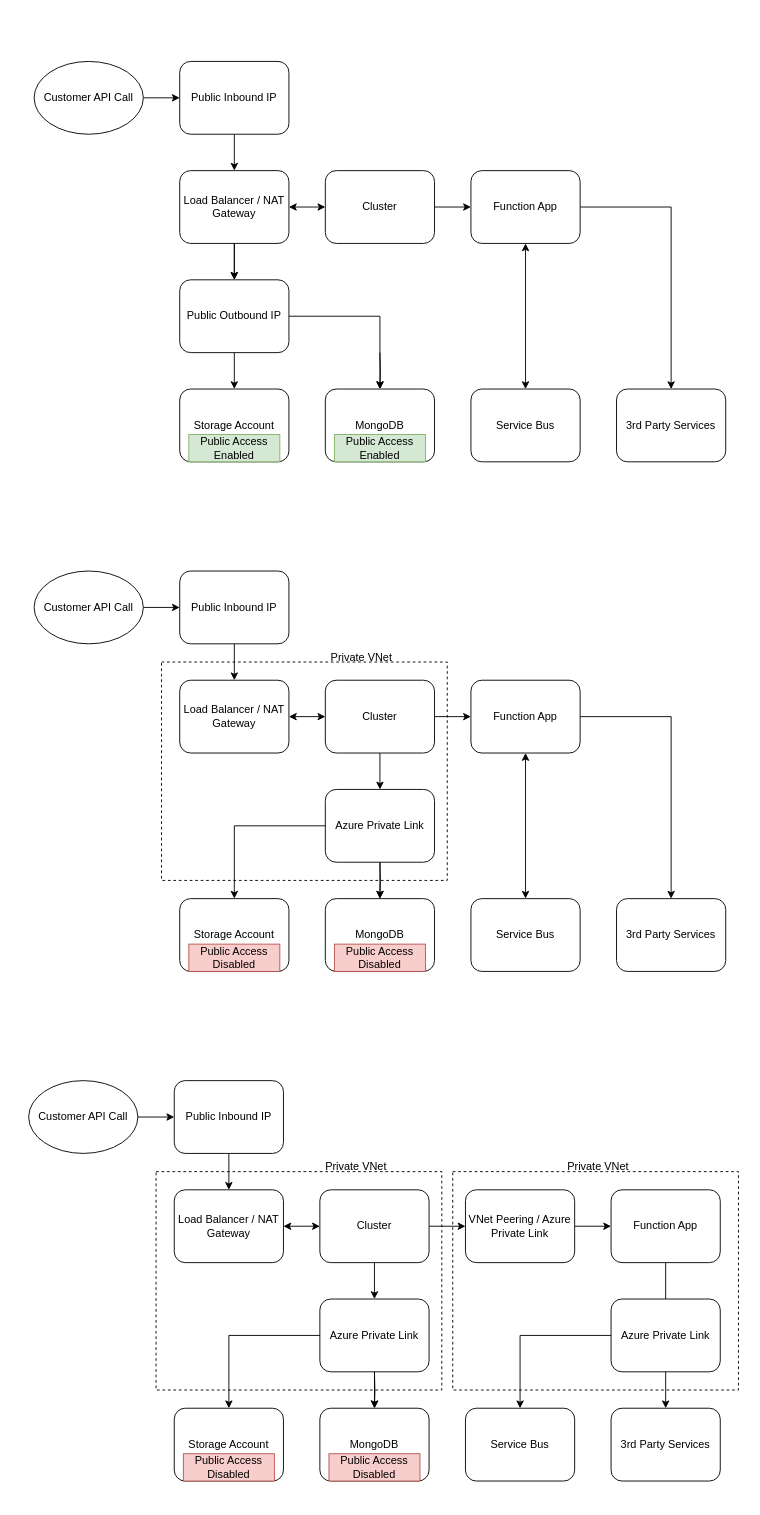
fredyeah/diagrams keeps this draw.io diagram as network-segmentation.drawio. Above is the earlier version. Source tidied: cells renumbered, new cells numbered last; positions are measured from the earlier drawing's top-left corner, leaving out a move shared by most shapes. Both pictures are drawn from the tidied source at 91%, with x=0, y=0 at pixel (28, 61).
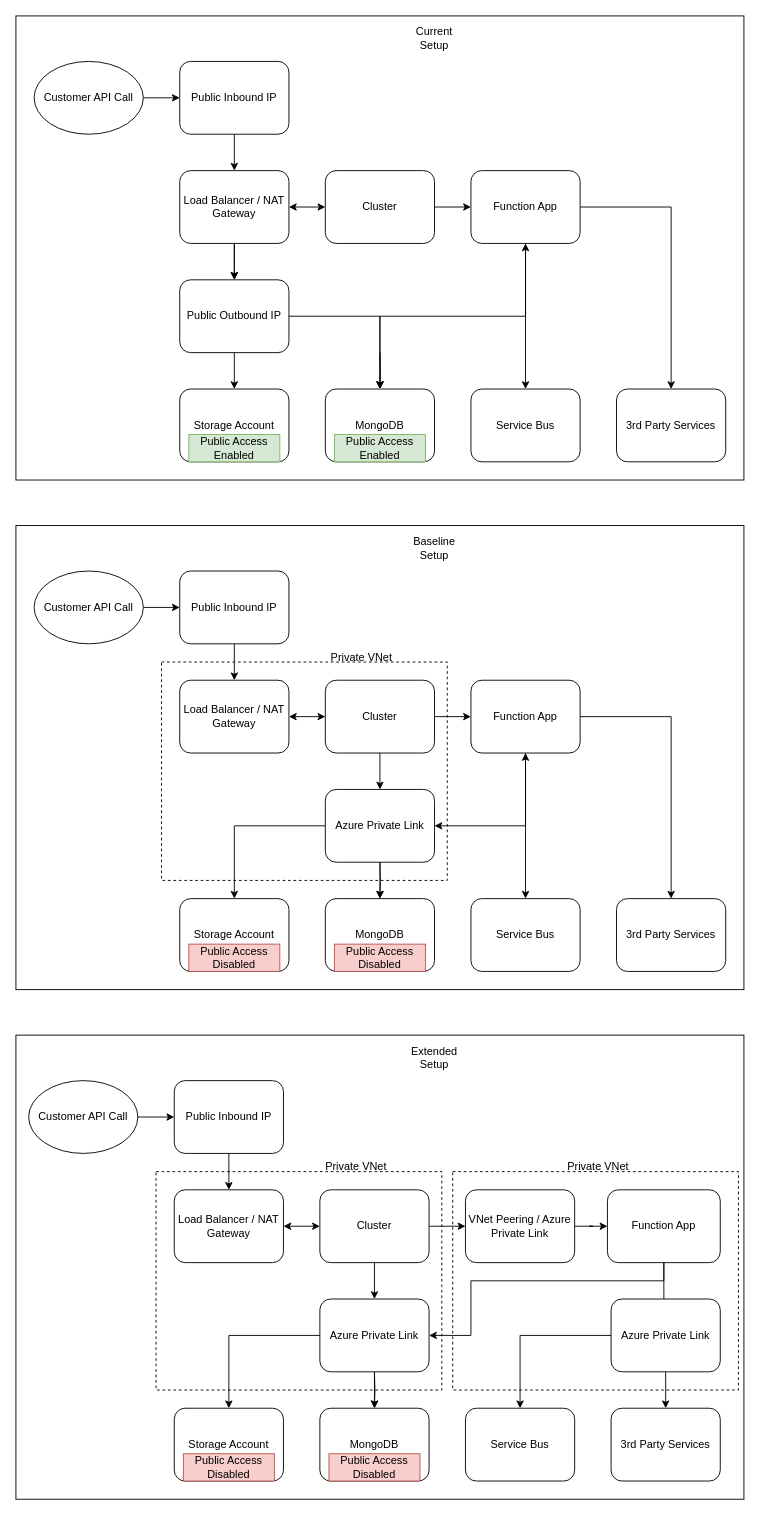
After the change.

The change refers to these unchanged cells:
```xml
<mxCell id="7" value="MongoDB" style="rounded=1;whiteSpace=wrap;html=1;" parent="1" vertex="1">
  <mxGeometry x="326" y="360" width="120" height="80" as="geometry" />
</mxCell>
<mxCell id="11" value="Function App" style="rounded=1;whiteSpace=wrap;html=1;" parent="1" vertex="1">
  <mxGeometry x="486" y="120" width="120" height="80" as="geometry" />
</mxCell>
<mxCell id="32" value="Function App" style="rounded=1;whiteSpace=wrap;html=1;" parent="1" vertex="1">
  <mxGeometry x="486" y="680" width="120" height="80" as="geometry" />
</mxCell>
<mxCell id="41" value="Azure Private Link" style="rounded=1;whiteSpace=wrap;html=1;" parent="1" vertex="1">
  <mxGeometry x="326" y="800" width="120" height="80" as="geometry" />
</mxCell>
<mxCell id="61" value="Azure Private Link" style="rounded=1;whiteSpace=wrap;html=1;" parent="1" vertex="1">
  <mxGeometry x="320" y="1360" width="120" height="80" as="geometry" />
</mxCell>
```

What changed in the source:
```diff
@@
+    <mxCell id="78" style="rounded=0;whiteSpace=wrap;html=1;" parent="1" vertex="1">
+      <mxGeometry x="-14" y="-50" width="800" height="510" as="geometry" />
+    </mxCell>
+    <mxCell id="79" style="rounded=0;whiteSpace=wrap;html=1;" parent="1" vertex="1">
+      <mxGeometry x="-14" y="1070" width="800" height="510" as="geometry" />
+    </mxCell>
+    <mxCell id="80" style="rounded=0;whiteSpace=wrap;html=1;" parent="1" vertex="1">
+      <mxGeometry x="-14" y="510" width="800" height="510" as="geometry" />
+    </mxCell>
@@
+    <mxCell id="81" style="edgeStyle=orthogonalEdgeStyle;rounded=0;jettySize=auto;html=1;entryX=0.5;entryY=0;entryDx=0;entryDy=0;" parent="1" edge="1" source="11" target="7">
+      <mxGeometry relative="1" as="geometry">
+        <Array as="points">
+          <mxPoint x="546" y="280" />
+          <mxPoint x="386" y="280" />
+        </Array>
+      </mxGeometry>
+    </mxCell>
@@
+    <mxCell id="82" style="edgeStyle=orthogonalEdgeStyle;rounded=0;jettySize=auto;html=1;entryX=1;entryY=0.5;entryDx=0;entryDy=0;" parent="1" edge="1" source="32" target="41">
+      <mxGeometry relative="1" as="geometry">
+        <Array as="points">
+          <mxPoint x="546" y="840" />
+        </Array>
+      </mxGeometry>
+    </mxCell>
@@
+    <mxCell id="83" style="edgeStyle=orthogonalEdgeStyle;rounded=0;jettySize=auto;html=1;entryX=1;entryY=0.5;entryDx=0;entryDy=0;" parent="1" edge="1" source="52" target="61">
+      <mxGeometry relative="1" as="geometry">
+        <Array as="points">
+          <mxPoint x="698" y="1340" />
+          <mxPoint x="486" y="1340" />
+          <mxPoint x="486" y="1400" />
+        </Array>
+      </mxGeometry>
+    </mxCell>
     <mxCell id="52" value="Function App" style="rounded=1;whiteSpace=wrap;html=1;" parent="1" vertex="1">
-      <mxGeometry x="640" y="1240" width="120" height="80" as="geometry" />
+      <mxGeometry x="636" y="1240" width="124" height="80" as="geometry" />
     </mxCell>
@@
+    <mxCell id="84" value="Current Setup" style="text;html=1;strokeColor=none;fillColor=none;align=center;verticalAlign=middle;whiteSpace=wrap;rounded=0;" parent="1" vertex="1">
+      <mxGeometry x="416" y="-40" width="60" height="30" as="geometry" />
+    </mxCell>
+    <mxCell id="85" value="Baseline Setup" style="text;html=1;strokeColor=none;fillColor=none;align=center;verticalAlign=middle;whiteSpace=wrap;rounded=0;" parent="1" vertex="1">
+      <mxGeometry x="416" y="520" width="60" height="30" as="geometry" />
+    </mxCell>
+    <mxCell id="86" value="Extended Setup" style="text;html=1;strokeColor=none;fillColor=none;align=center;verticalAlign=middle;whiteSpace=wrap;rounded=0;" parent="1" vertex="1">
+      <mxGeometry x="416" y="1080" width="60" height="30" as="geometry" />
+    </mxCell>
```
